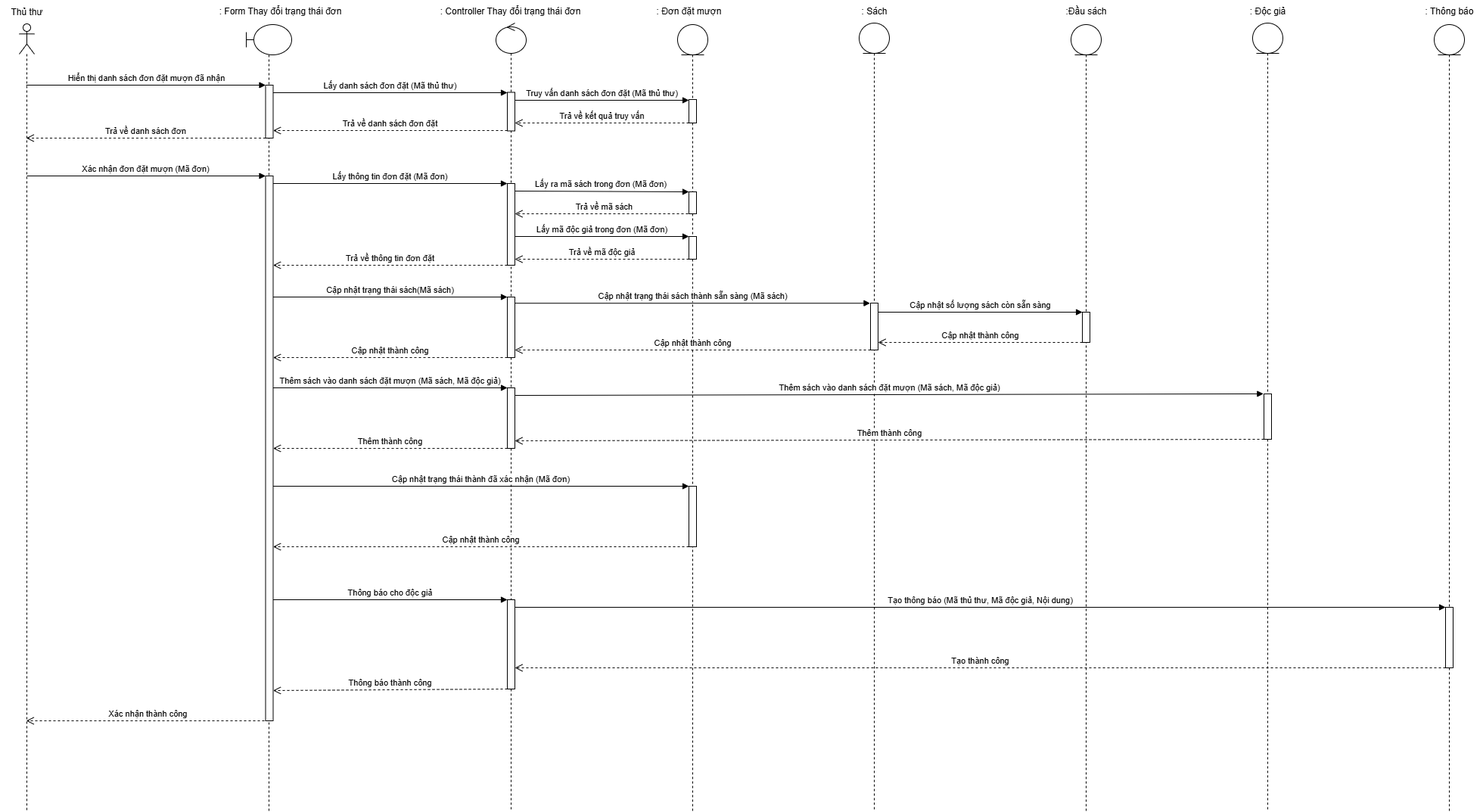
Earlier version of the draw.io export Sequence Diagram/UC Đặt mượn sách/Actor Thủ thư - Xác nhận đơn đặt mượn.png (kimcuongdev/LibrarySystemAD). Source tidied: cells renumbered, new cells last; positions are measured from the earlier drawing's top-left corner, leaving out a move shared by most shapes.
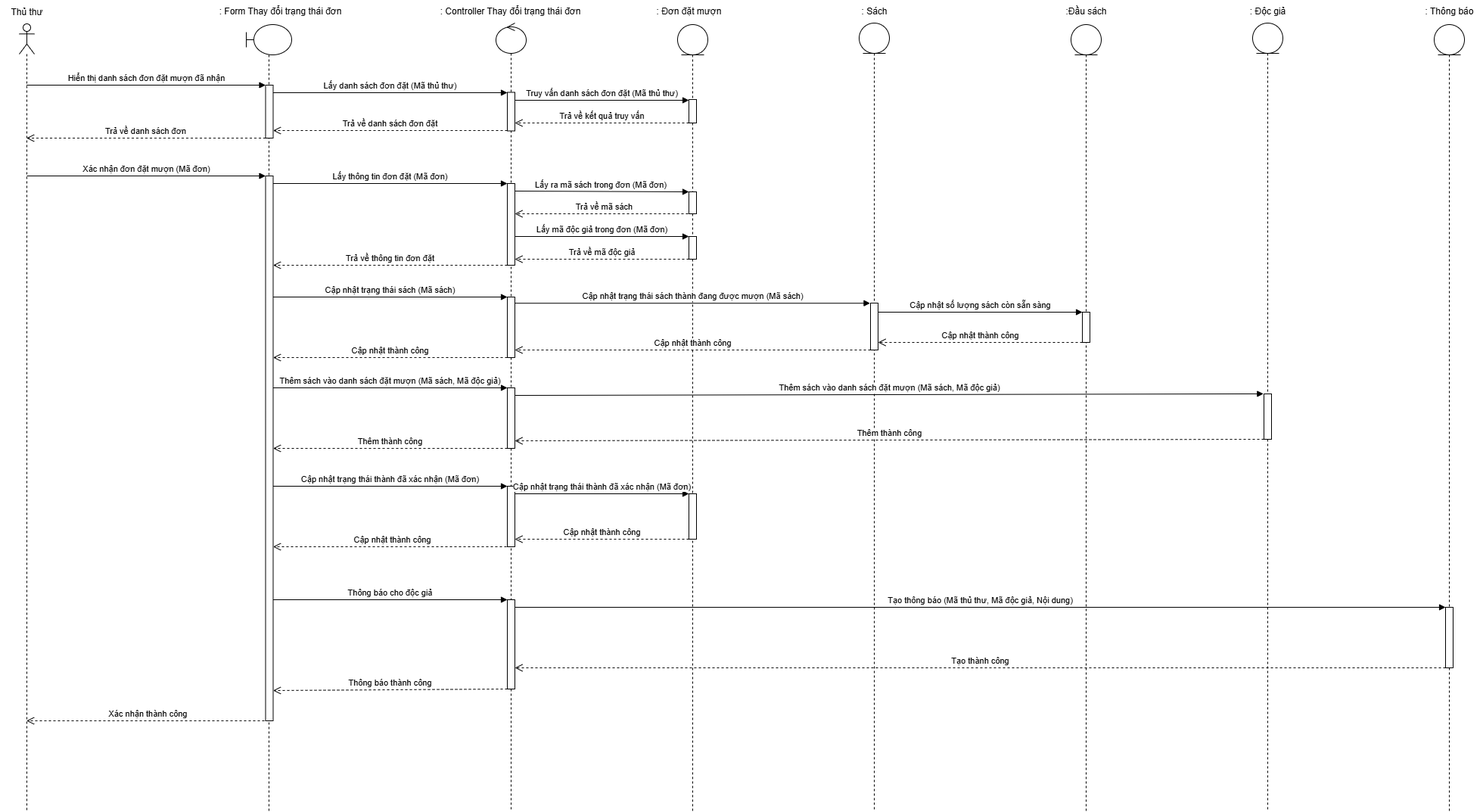
After the commit.

Change to the diagram source:
```diff
@@ -52,6 +52,9 @@
     <mxCell id="15" style="html=1;points=[[0,0,0,0,5],[0,1,0,0,-5],[1,0,0,0,5],[1,1,0,0,-5]];perimeter=orthogonalPerimeter;outlineConnect=0;targetShapes=umlLifeline;portConstraint=eastwest;newEdgeStyle={&quot;curved&quot;:0,&quot;rounded&quot;:0};" parent="10" vertex="1">
       <mxGeometry x="15" y="762" width="10" height="118" as="geometry" />
     </mxCell>
+    <mxCell id="21" style="html=1;points=[[0,0,0,0,5],[0,1,0,0,-5],[1,0,0,0,5],[1,1,0,0,-5]];perimeter=orthogonalPerimeter;outlineConnect=0;targetShapes=umlLifeline;portConstraint=eastwest;newEdgeStyle={&quot;curved&quot;:0,&quot;rounded&quot;:0};" parent="10" vertex="1">
+      <mxGeometry x="15" y="612" width="10" height="80" as="geometry" />
+    </mxCell>
     <mxCell id="16" style="shape=umlLifeline;perimeter=lifelinePerimeter;whiteSpace=wrap;html=1;newEdgeStyle={&quot;curved&quot;:0,&quot;rounded&quot;:0};participant=umlEntity;" parent="1" vertex="1">
       <mxGeometry x="895" y="32" width="40" height="1040" as="geometry" />
     </mxCell>
@@ -73,9 +76,9 @@
         <mxPoint x="-215" y="310" as="targetPoint" />
       </mxGeometry>
     </mxCell>
-    <mxCell id="21" style="html=1;points=[[0,0,0,0,5],[0,1,0,0,-5],[1,0,0,0,5],[1,1,0,0,-5]];perimeter=orthogonalPerimeter;outlineConnect=0;targetShapes=umlLifeline;portConstraint=eastwest;newEdgeStyle={&quot;curved&quot;:0,&quot;rounded&quot;:0};" parent="16" vertex="1">
-      <mxGeometry x="15" y="610" width="10" height="80" as="geometry" />
-    </mxCell>
+    <mxCell id="64" style="html=1;perimeter=orthogonalPerimeter;targetShapes=umlLifeline;newEdgeStyle={&quot;curved&quot;:0,&quot;rounded&quot;:0};" parent="16" vertex="1">
+      <mxGeometry x="15" y="620" width="10" height="60" as="geometry" />
+    </mxCell>
     <mxCell id="22" style="shape=umlLifeline;perimeter=lifelinePerimeter;whiteSpace=wrap;html=1;newEdgeStyle={&quot;curved&quot;:0,&quot;rounded&quot;:0};participant=umlEntity;" parent="1" vertex="1">
       <mxGeometry x="1415" y="32" width="40" height="1040" as="geometry" />
     </mxCell>
@@ -146,12 +149,12 @@
     <mxCell id="41" value="Trả về thông tin đơn đặt" style="html=1;verticalAlign=bottom;endArrow=open;dashed=1;endSize=8;curved=0;rounded=0;exitX=-0.011;exitY=1;exitDx=0;exitDy=0;exitPerimeter=0;" parent="1" edge="1" source="12" target="9">
       <mxGeometry relative="1" as="geometry" />
     </mxCell>
-    <mxCell id="42" value="Cập nhật trạng thái sách(Mã sách)" style="html=1;verticalAlign=bottom;endArrow=block;curved=0;rounded=0;entryX=0;entryY=0;entryDx=0;entryDy=5;" parent="1" edge="1" source="9">
+    <mxCell id="42" value="Cập nhật trạng thái sách (Mã sách)" style="html=1;verticalAlign=bottom;endArrow=block;curved=0;rounded=0;entryX=0;entryY=0;entryDx=0;entryDy=5;" parent="1" edge="1" source="9">
       <mxGeometry relative="1" as="geometry">
         <mxPoint x="670" y="392" as="targetPoint" />
       </mxGeometry>
     </mxCell>
-    <mxCell id="43" value="Cập nhật trạng thái sách thành sẵn sàng (Mã sách)" style="html=1;verticalAlign=bottom;endArrow=block;curved=0;rounded=0;entryX=-0.053;entryY=0.003;entryDx=0;entryDy=0;entryPerimeter=0;" parent="1" edge="1" source="13" target="25">
+    <mxCell id="43" value="Cập nhật trạng thái sách thành đang được mượn (Mã sách)" style="html=1;verticalAlign=bottom;endArrow=block;curved=0;rounded=0;entryX=-0.053;entryY=0.003;entryDx=0;entryDy=0;entryPerimeter=0;" parent="1" edge="1" source="13" target="25">
       <mxGeometry relative="1" as="geometry" />
     </mxCell>
     <mxCell id="44" value="Cập nhật thành công" style="html=1;verticalAlign=bottom;endArrow=open;dashed=1;endSize=8;curved=0;rounded=0;exitX=0;exitY=1;exitDx=0;exitDy=-5;" parent="1" edge="1">
@@ -211,15 +214,14 @@
         <mxPoint x="680" y="582" as="targetPoint" />
       </mxGeometry>
     </mxCell>
-    <mxCell id="54" value="Cập nhật trạng thái thành đã xác nhận (Mã đơn)" style="html=1;verticalAlign=bottom;endArrow=block;curved=0;rounded=0;entryX=0;entryY=0;entryDx=0;entryDy=5;" parent="1" edge="1">
+    <mxCell id="54" value="Cập nhật trạng thái thành đã xác nhận (Mã đơn)" style="html=1;verticalAlign=bottom;endArrow=block;curved=0;rounded=0;" parent="1" edge="1" target="21">
       <mxGeometry relative="1" as="geometry">
         <mxPoint x="360.5" y="642" as="sourcePoint" />
-        <mxPoint x="910" y="642" as="targetPoint" />
       </mxGeometry>
     </mxCell>
-    <mxCell id="55" value="Cập nhật thành công" style="html=1;verticalAlign=bottom;endArrow=open;dashed=1;endSize=8;curved=0;rounded=0;exitX=0;exitY=1;exitDx=0;exitDy=-5;" parent="1" edge="1">
+    <mxCell id="55" value="Cập nhật thành công" style="html=1;verticalAlign=bottom;endArrow=open;dashed=1;endSize=8;curved=0;rounded=0;" parent="1" edge="1">
       <mxGeometry relative="1" as="geometry">
-        <mxPoint x="910" y="722" as="sourcePoint" />
+        <mxPoint x="675" y="722" as="sourcePoint" />
         <mxPoint x="360.5" y="722" as="targetPoint" />
       </mxGeometry>
     </mxCell>
@@ -258,5 +260,17 @@
         <mxPoint x="355" y="952" as="sourcePoint" />
       </mxGeometry>
     </mxCell>
+    <mxCell id="65" value="Cập nhật trạng thái thành đã xác nhận (Mã đơn)" style="html=1;verticalAlign=bottom;endArrow=block;curved=0;rounded=0;entryX=0;entryY=0;entryDx=0;entryDy=5;" parent="1" edge="1">
+      <mxGeometry relative="1" as="geometry">
+        <mxPoint x="680" y="652" as="sourcePoint" />
+        <mxPoint x="910" y="652" as="targetPoint" />
+      </mxGeometry>
+    </mxCell>
+    <mxCell id="66" value="Cập nhật thành công" style="html=1;verticalAlign=bottom;endArrow=open;dashed=1;endSize=8;curved=0;rounded=0;exitX=0;exitY=1;exitDx=0;exitDy=-5;" parent="1" edge="1">
+      <mxGeometry relative="1" as="geometry">
+        <mxPoint x="910" y="712" as="sourcePoint" />
+        <mxPoint x="680" y="712" as="targetPoint" />
+      </mxGeometry>
+    </mxCell>
   </root>
 </mxGraphModel>
```
